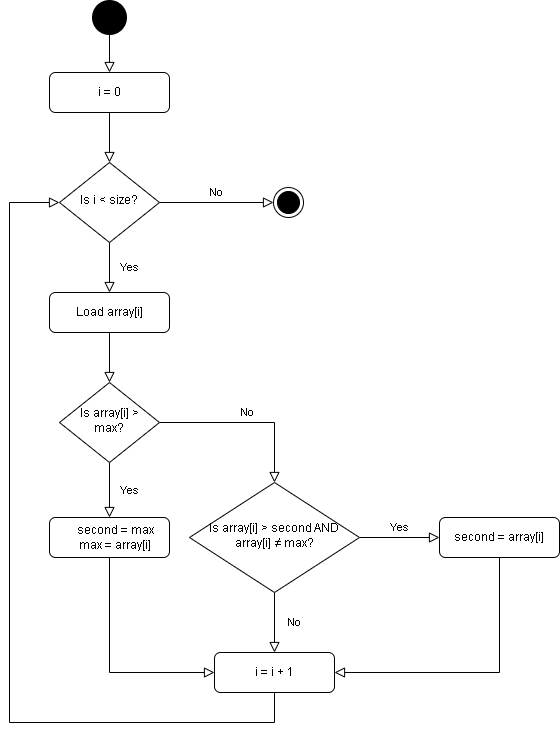
Before: Untitled Diagram.drawio.png, a diagram exported from draw.io (LeandroBakollari/web-projects). Source tidied: cells renumbered, new cells last; positions are measured from the earlier drawing's top-left corner, leaving out a move shared by most shapes.
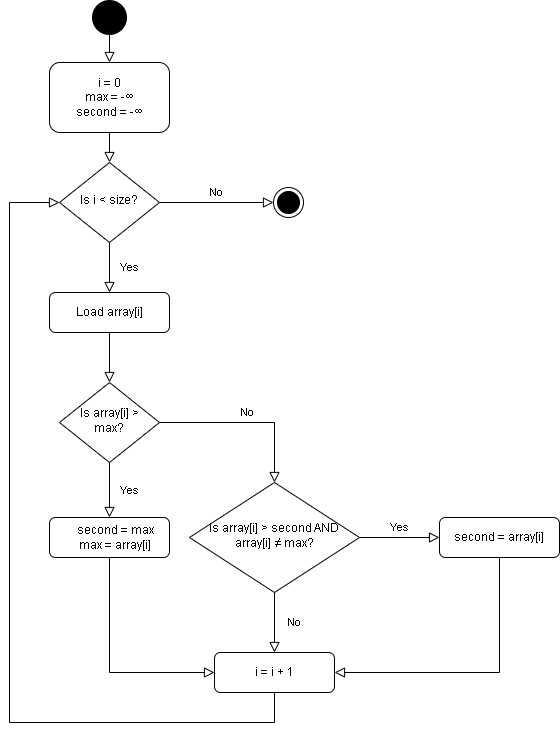
After the change.

What changed in the source:
```diff
@@ -5,8 +5,8 @@
     <mxCell id="2" style="rounded=0;html=1;jettySize=auto;fontSize=11;endArrow=block;endFill=0;endSize=8;strokeWidth=1;shadow=0;labelBackgroundColor=none;edgeStyle=orthogonalEdgeStyle;" parent="1" edge="1" source="3" target="6">
       <mxGeometry relative="1" as="geometry" />
     </mxCell>
-    <mxCell id="3" value="i = 0" style="rounded=1;whiteSpace=wrap;html=1;fontSize=12;glass=0;strokeWidth=1;shadow=0;" parent="1" vertex="1">
-      <mxGeometry x="40" y="70" width="120" height="40" as="geometry" />
+    <mxCell id="3" value="i = 0&lt;div&gt;max = -∞&lt;/div&gt;&lt;div&gt;second = -∞&lt;/div&gt;" style="rounded=1;whiteSpace=wrap;html=1;fontSize=12;glass=0;strokeWidth=1;shadow=0;" parent="1" vertex="1">
+      <mxGeometry x="40" y="60" width="120" height="70" as="geometry" />
     </mxCell>
     <mxCell id="4" value="Yes" style="rounded=0;html=1;jettySize=auto;fontSize=11;endArrow=block;endFill=0;endSize=8;strokeWidth=1;shadow=0;labelBackgroundColor=none;edgeStyle=orthogonalEdgeStyle;" parent="1" edge="1" source="6" target="7">
       <mxGeometry y="20" relative="1" as="geometry" />
```
